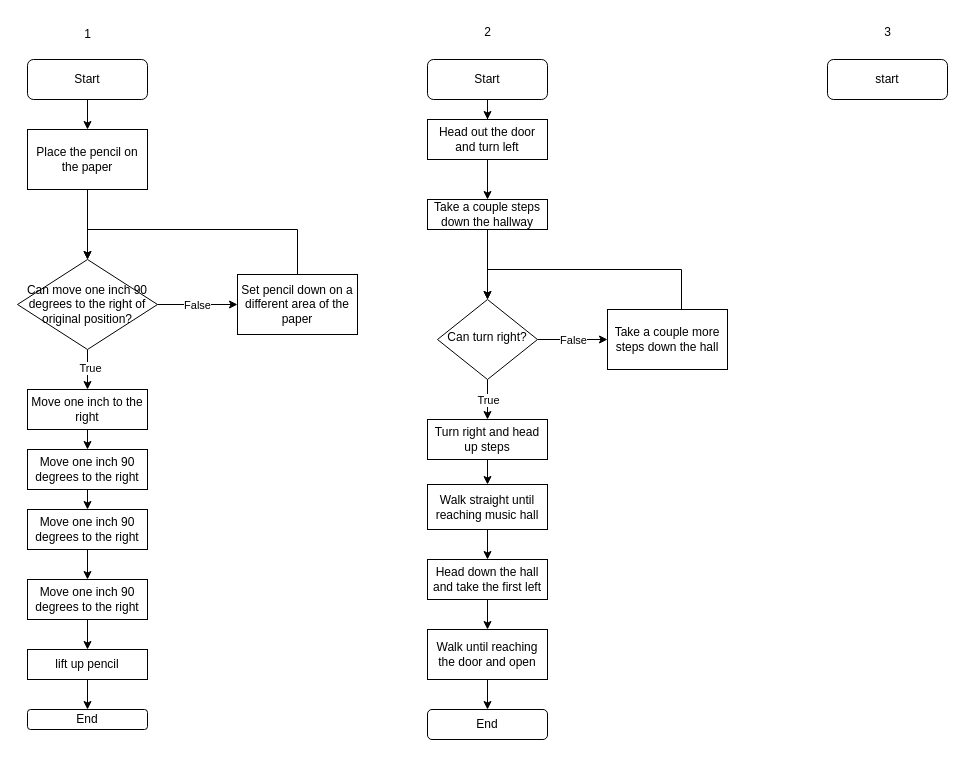
RileeyL/Flowchart keeps this draw.io diagram as Untitled Diagram.drawio. Above is the earlier version. Source tidied: cells renumbered, new cells numbered last; positions are measured from the earlier drawing's top-left corner, leaving out a move shared by most shapes. Both pictures are drawn from the tidied source at 100%, with x=0, y=0 at pixel (17, 17).
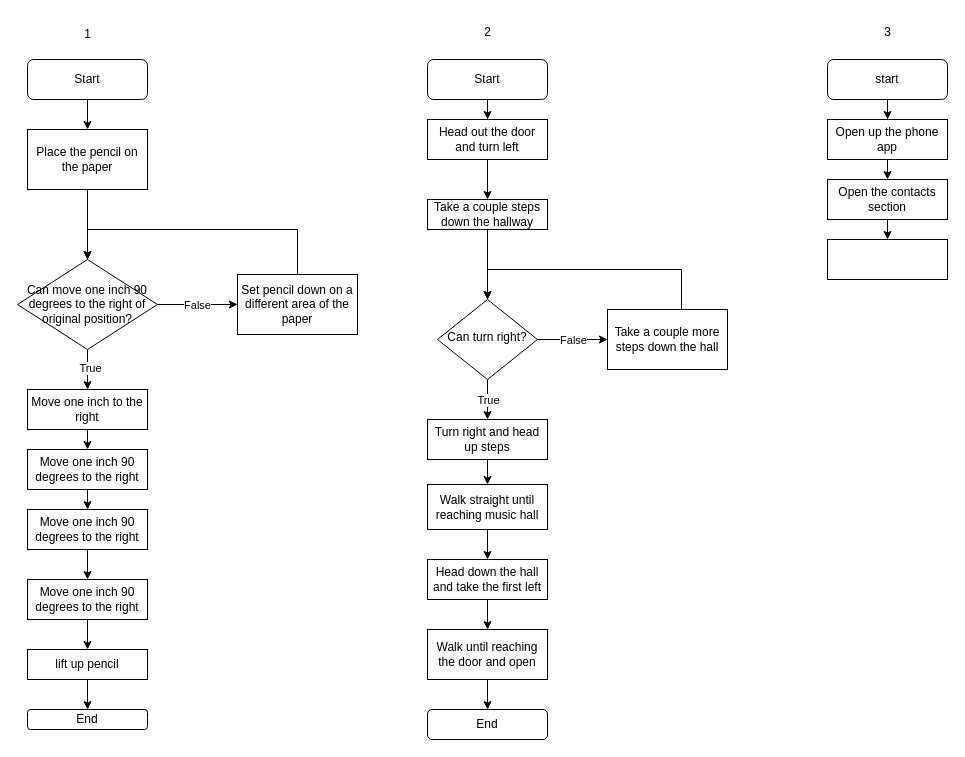
The same diagram, later.

Unchanged cells that the change refers to:
```xml
<mxCell id="47" value="start" style="rounded=1;whiteSpace=wrap;html=1;" parent="1" vertex="1">
  <mxGeometry x="810" y="42" width="120" height="40" as="geometry" />
</mxCell>
```

Diff of the diagram source:
```diff
@@
+    <mxCell id="51" style="edgeStyle=orthogonalEdgeStyle;rounded=0;jettySize=auto;html=1;exitX=0.5;exitY=1;exitDx=0;exitDy=0;" parent="1" edge="1" source="47" target="53">
+      <mxGeometry relative="1" as="geometry" />
+    </mxCell>
@@
+    <mxCell id="52" style="edgeStyle=orthogonalEdgeStyle;rounded=0;jettySize=auto;html=1;exitX=0.5;exitY=1;exitDx=0;exitDy=0;entryX=0.5;entryY=0;entryDx=0;entryDy=0;" parent="1" edge="1" source="53" target="55">
+      <mxGeometry relative="1" as="geometry" />
+    </mxCell>
+    <mxCell id="53" value="Open up the phone app" style="rounded=0;whiteSpace=wrap;html=1;" parent="1" vertex="1">
+      <mxGeometry x="810" y="102" width="120" height="40" as="geometry" />
+    </mxCell>
+    <mxCell id="54" style="edgeStyle=orthogonalEdgeStyle;rounded=0;jettySize=auto;html=1;exitX=0.5;exitY=1;exitDx=0;exitDy=0;entryX=0.5;entryY=0;entryDx=0;entryDy=0;" parent="1" edge="1" source="55" target="56">
+      <mxGeometry relative="1" as="geometry" />
+    </mxCell>
+    <mxCell id="55" value="Open the contacts section" style="rounded=0;whiteSpace=wrap;html=1;" parent="1" vertex="1">
+      <mxGeometry x="810" y="162" width="120" height="40" as="geometry" />
+    </mxCell>
+    <mxCell id="56" style="rounded=0;whiteSpace=wrap;html=1;" parent="1" vertex="1">
+      <mxGeometry x="810" y="222" width="120" height="40" as="geometry" />
+    </mxCell>
```
